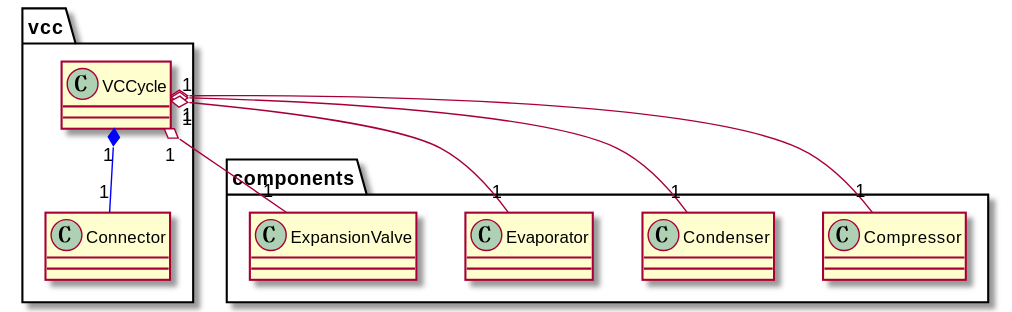
The PlantUML diagram doc/uml/img/vcc-components-package.svg in thermalogic/SimVCCE, before a commit.
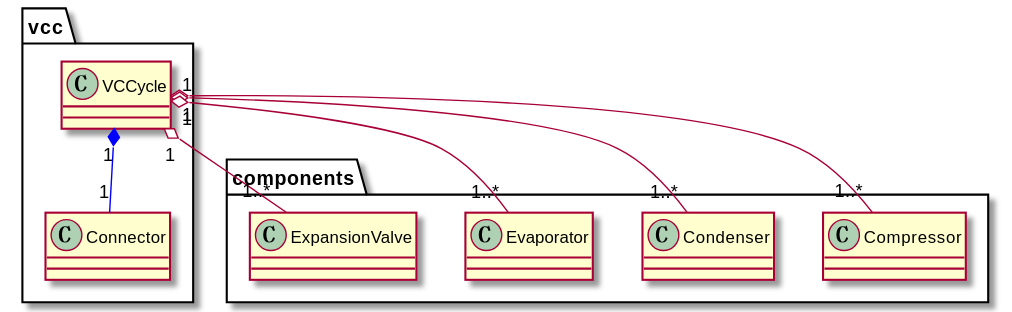
The same diagram one commit later.

Diff of the diagram source:
```diff
@@ -1,7 +1,7 @@
 @startuml
 vcc.VCCycle "1" *-[#blue]- "1" vcc.Connector
-vcc.VCCycle "1" o-- "1" components.Compressor
-vcc.VCCycle "1" o-- "1" components.Condenser
-vcc.VCCycle "1" o-- "1" components.Evaporator
-vcc.VCCycle "1" o-- "1" components.ExpansionValve
+vcc.VCCycle "1" o-- "1..*" components.Compressor
+vcc.VCCycle "1" o-- "1..*" components.Condenser
+vcc.VCCycle "1" o-- "1..*" components.Evaporator
+vcc.VCCycle "1" o-- "1..*" components.ExpansionValve
 @enduml
```
